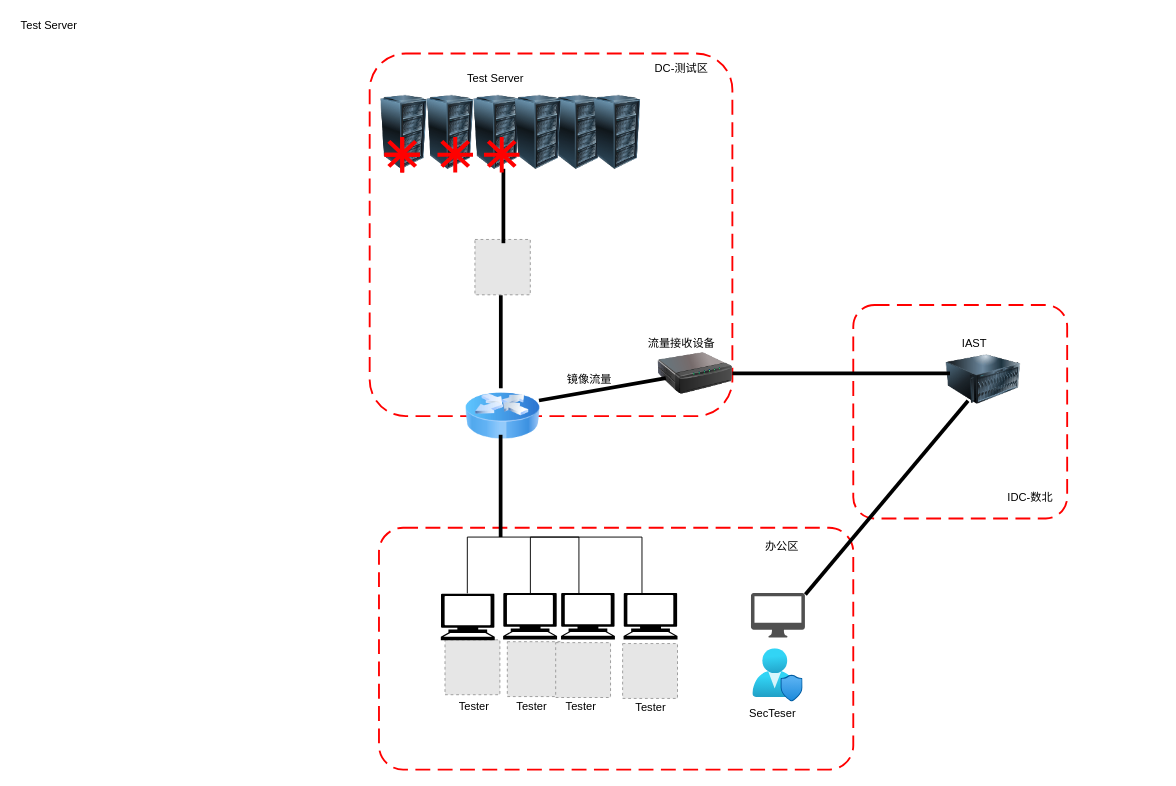
This is iast1.drawio from March110/-, a draw.io file, before an edit. Source tidied: cells renumbered, new cells numbered last; positions are measured from the earlier drawing's top-left corner, leaving out a move shared by most shapes. Both pictures are drawn from the tidied source at 93%, with x=0, y=0 at pixel (16, 16). Pictures stored in the file or linked from it are replaced by grey dashed boxes.
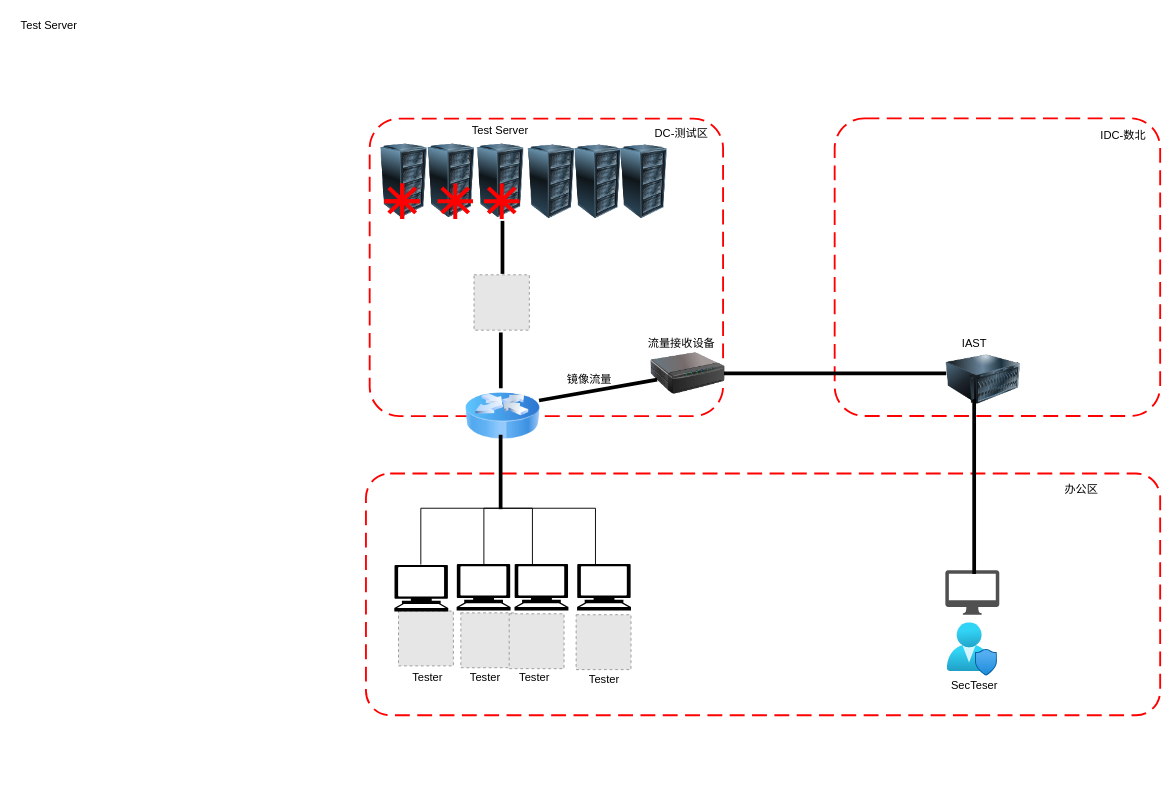
The same diagram, later.

Diff of the diagram source:
```diff
@@
     <mxCell id="3" style="rounded=1;arcSize=10;dashed=1;strokeColor=#ff0000;fillColor=none;gradientColor=none;dashPattern=8 4;strokeWidth=2;" parent="1" vertex="1">
-      <mxGeometry x="900" y="310.5" width="230" height="229.5" as="geometry" />
+      <mxGeometry x="880" y="109.8" width="350" height="320" as="geometry" />
     </mxCell>
     <mxCell id="4" style="rounded=1;arcSize=10;dashed=1;strokeColor=#ff0000;fillColor=none;gradientColor=none;dashPattern=8 4;strokeWidth=2;" parent="1" vertex="1">
-      <mxGeometry x="380" y="40" width="390" height="390" as="geometry" />
+      <mxGeometry x="380" y="110" width="380" height="320" as="geometry" />
     </mxCell>
     <mxCell id="5" style="rounded=1;arcSize=10;dashed=1;strokeColor=#ff0000;fillColor=none;gradientColor=none;dashPattern=8 4;strokeWidth=2;" parent="1" vertex="1">
-      <mxGeometry x="390" y="550" width="510" height="260" as="geometry" />
+      <mxGeometry x="376" y="491.6" width="854" height="260" as="geometry" />
     </mxCell>
     <mxCell id="6" value="DC-测试区" style="text;html=1;align=center;verticalAlign=middle;" parent="1" vertex="1">
-      <mxGeometry x="680" y="46" width="70" height="20" as="geometry" />
+      <mxGeometry x="680" y="116" width="70" height="20" as="geometry" />
     </mxCell>
     <mxCell id="7" value="办公区" style="text;html=1;align=center;verticalAlign=middle;" parent="1" vertex="1">
-      <mxGeometry x="798" y="560" width="50" height="20" as="geometry" />
+      <mxGeometry x="1120" y="499" width="50" height="20" as="geometry" />
     </mxCell>
     <mxCell id="8" style="fillColor=#E6E6E6;strokeColor=#999999;dashed=1;html=1;verticalAlign=top;verticalLabelPosition=bottom;labelBackgroundColor=#ffffff;" parent="1" vertex="1">
-      <mxGeometry x="461" y="670.5" width="59" height="59" as="geometry" />
+      <mxGeometry x="411" y="639.5" width="59" height="59" as="geometry" />
     </mxCell>
     <mxCell id="9" style="image;html=1;image=img/lib/clip_art/networking/Print_Server_128x128.png;" parent="1" vertex="1">
-      <mxGeometry x="690" y="344" width="80" height="80" as="geometry" />
+      <mxGeometry x="682" y="344" width="80" height="80" as="geometry" />
     </mxCell>
     <mxCell id="10" style="image;html=1;image=img/lib/clip_art/computers/Server_Rack_128x128.png;" parent="1" vertex="1">
-      <mxGeometry x="427" y="85" width="80" height="80" as="geometry" />
+      <mxGeometry x="428" y="137" width="80" height="80" as="geometry" />
     </mxCell>
@@
     <mxCell id="12" style="image;html=1;image=img/lib/clip_art/computers/Server_Rack_128x128.png;" parent="1" vertex="1">
-      <mxGeometry x="377" y="85" width="80" height="80" as="geometry" />
+      <mxGeometry x="377" y="137" width="80" height="80" as="geometry" />
     </mxCell>
     <mxCell id="13" style="image;html=1;image=img/lib/clip_art/computers/Server_Rack_128x128.png;" parent="1" vertex="1">
-      <mxGeometry x="477" y="85" width="80" height="80" as="geometry" />
+      <mxGeometry x="481" y="137" width="80" height="80" as="geometry" />
     </mxCell>
     <mxCell id="14" style="image;html=1;image=img/lib/clip_art/computers/Server_Rack_128x128.png;" parent="1" vertex="1">
-      <mxGeometry x="564.8" y="85" width="80" height="80" as="geometry" />
+      <mxGeometry x="585.6" y="138" width="80" height="80" as="geometry" />
     </mxCell>
     <mxCell id="15" style="image;html=1;image=img/lib/clip_art/computers/Server_Rack_128x128.png;" parent="1" vertex="1">
-      <mxGeometry x="521.5" y="85" width="80" height="80" as="geometry" />
+      <mxGeometry x="535.7" y="138" width="80" height="80" as="geometry" />
     </mxCell>
     <mxCell id="16" style="fillColor=#E6E6E6;strokeColor=#999999;dashed=1;html=1;verticalAlign=top;verticalLabelPosition=bottom;labelBackgroundColor=#ffffff;" parent="1" vertex="1">
-      <mxGeometry x="493.2" y="240" width="59.5" height="59.5" as="geometry" />
+      <mxGeometry x="492.2" y="278" width="59.5" height="59.5" as="geometry" />
     </mxCell>
     <mxCell id="17" style="line;strokeWidth=4;direction=south;html=1;perimeter=backbonePerimeter;" parent="1" vertex="1">
-      <mxGeometry x="515.8" y="450" width="10" height="110" as="geometry" />
+      <mxGeometry x="515.8" y="450" width="10" height="80" as="geometry" />
     </mxCell>
     <mxCell id="18" style="line;strokeWidth=4;direction=south;html=1;perimeter=backbonePerimeter;" parent="1" vertex="1">
-      <mxGeometry x="516" y="300" width="10" height="100" as="geometry" />
+      <mxGeometry x="516" y="340" width="10" height="60" as="geometry" />
     </mxCell>
     <mxCell id="19" style="line;strokeWidth=4;direction=south;html=1;perimeter=backbonePerimeter;" parent="1" vertex="1">
-      <mxGeometry x="518.8" y="164" width="10" height="80" as="geometry" />
+      <mxGeometry x="517.8" y="220" width="10" height="57" as="geometry" />
     </mxCell>
     <mxCell id="20" style="line;strokeWidth=4;html=1;perimeter=backbonePerimeter;rotation=-10;" parent="1" vertex="1">
-      <mxGeometry x="561" y="396.1" width="138.5" height="10" as="geometry" />
+      <mxGeometry x="561.1" y="396.9" width="129" height="10" as="geometry" />
     </mxCell>
     <mxCell id="21" style="line;strokeWidth=4;html=1;perimeter=backbonePerimeter;" parent="1" vertex="1">
-      <mxGeometry x="770" y="379" width="234" height="10" as="geometry" />
+      <mxGeometry x="761" y="379" width="239" height="10" as="geometry" />
     </mxCell>
@@
     <mxCell id="23" value="Test Server" style="text;html=1;align=center;verticalAlign=middle;" parent="1" vertex="1">
-      <mxGeometry x="480" y="57" width="70" height="20" as="geometry" />
+      <mxGeometry x="485" y="113" width="70" height="20" as="geometry" />
     </mxCell>
@@
     <mxCell id="27" style="shape=partialRectangle;whiteSpace=wrap;html=1;bottom=1;right=1;left=1;top=0;fillColor=none;routingCenterX=-0.5;rotation=-180;" parent="1" vertex="1">
-      <mxGeometry x="485" y="560" width="120" height="60" as="geometry" />
+      <mxGeometry x="435" y="529" width="120" height="60" as="geometry" />
     </mxCell>
     <mxCell id="28" style="shape=partialRectangle;whiteSpace=wrap;html=1;bottom=1;right=1;left=1;top=0;fillColor=none;routingCenterX=-0.5;rotation=-180;" parent="1" vertex="1">
-      <mxGeometry x="552.8" y="560" width="120" height="60" as="geometry" />
+      <mxGeometry x="502.8" y="529" width="120" height="60" as="geometry" />
     </mxCell>
     <mxCell id="29" style="fillColor=#E6E6E6;strokeColor=#999999;dashed=1;html=1;verticalAlign=top;verticalLabelPosition=bottom;labelBackgroundColor=#ffffff;" parent="1" vertex="1">
-      <mxGeometry x="528" y="672.5" width="59" height="59" as="geometry" />
+      <mxGeometry x="478" y="641.5" width="59" height="59" as="geometry" />
     </mxCell>
     <mxCell id="30" style="fillColor=#E6E6E6;strokeColor=#999999;dashed=1;html=1;verticalAlign=top;verticalLabelPosition=bottom;labelBackgroundColor=#ffffff;" parent="1" vertex="1">
-      <mxGeometry x="580" y="673.5" width="59" height="59" as="geometry" />
+      <mxGeometry x="530" y="642.5" width="59" height="59" as="geometry" />
     </mxCell>
     <mxCell id="31" style="fillColor=#E6E6E6;strokeColor=#999999;dashed=1;html=1;verticalAlign=top;verticalLabelPosition=bottom;labelBackgroundColor=#ffffff;" parent="1" vertex="1">
-      <mxGeometry x="652" y="674.5" width="59" height="59" as="geometry" />
+      <mxGeometry x="602" y="643.5" width="59" height="59" as="geometry" />
     </mxCell>
     <mxCell id="32" style="shape=mxgraph.signs.tech.computer;html=1;fillColor=#000000;strokeColor=none;verticalLabelPosition=bottom;verticalAlign=top;align=center;" parent="1" vertex="1">
-      <mxGeometry x="456.5" y="621" width="58" height="50" as="geometry" />
+      <mxGeometry x="406.5" y="590" width="58" height="50" as="geometry" />
     </mxCell>
     <mxCell id="33" style="shape=mxgraph.signs.tech.computer;html=1;fillColor=#000000;strokeColor=none;verticalLabelPosition=bottom;verticalAlign=top;align=center;" parent="1" vertex="1">
-      <mxGeometry x="523.5" y="620" width="58" height="50" as="geometry" />
+      <mxGeometry x="473.5" y="589" width="58" height="50" as="geometry" />
     </mxCell>
     <mxCell id="34" style="shape=mxgraph.signs.tech.computer;html=1;fillColor=#000000;strokeColor=none;verticalLabelPosition=bottom;verticalAlign=top;align=center;" parent="1" vertex="1">
-      <mxGeometry x="585.7" y="620" width="58" height="50" as="geometry" />
+      <mxGeometry x="535.7" y="589" width="58" height="50" as="geometry" />
     </mxCell>
     <mxCell id="35" style="shape=mxgraph.signs.tech.computer;html=1;fillColor=#000000;strokeColor=none;verticalLabelPosition=bottom;verticalAlign=top;align=center;" parent="1" vertex="1">
-      <mxGeometry x="653" y="620" width="58" height="50" as="geometry" />
+      <mxGeometry x="603" y="589" width="58" height="50" as="geometry" />
     </mxCell>
     <mxCell id="36" style="shadow=0;dashed=0;html=1;strokeColor=none;fillColor=#505050;labelPosition=center;verticalLabelPosition=bottom;verticalAlign=top;align=center;shape=mxgraph.office.devices.mac_client;" parent="1" vertex="1">
-      <mxGeometry x="790" y="620" width="58" height="48" as="geometry" />
+      <mxGeometry x="999" y="595.6" width="58" height="48" as="geometry" />
     </mxCell>
     <mxCell id="37" style="html=1;align=center;image;fontSize=12;image=img/lib/azure2/management_governance/User_Privacy.svg;" parent="1" vertex="1">
-      <mxGeometry x="792" y="680" width="54" height="57.4" as="geometry" />
+      <mxGeometry x="1001" y="652.1" width="54" height="57.4" as="geometry" />
     </mxCell>
-    <mxCell id="38" style="line;strokeWidth=4;html=1;perimeter=backbonePerimeter;rotation=-50;" parent="1" vertex="1">
-      <mxGeometry x="799.9" y="512.6" width="272.1" height="10" as="geometry" />
+    <mxCell id="38" style="line;strokeWidth=4;html=1;perimeter=backbonePerimeter;rotation=-90;" parent="1" vertex="1">
+      <mxGeometry x="936.1" y="500.8" width="187.8" height="10" as="geometry" />
     </mxCell>
     <mxCell id="39" style="shape=mxgraph.mockup.markup.redX;fillColor=#ff0000;html=1;shadow=0;strokeColor=none;rotation=-225;direction=south;" parent="1" vertex="1">
-      <mxGeometry x="457" y="134" width="30" height="30" as="geometry" />
+      <mxGeometry x="457" y="184" width="30" height="30" as="geometry" />
     </mxCell>
     <mxCell id="40" style="shape=mxgraph.mockup.markup.redX;fillColor=#ff0000;html=1;shadow=0;strokeColor=none;rotation=90;" parent="1" vertex="1">
-      <mxGeometry x="457" y="132" width="30" height="32" as="geometry" />
+      <mxGeometry x="457" y="182" width="30" height="32" as="geometry" />
     </mxCell>
     <mxCell id="41" style="shape=mxgraph.mockup.markup.redX;fillColor=#ff0000;html=1;shadow=0;strokeColor=none;rotation=-225;direction=south;" parent="1" vertex="1">
-      <mxGeometry x="400" y="134" width="30" height="30" as="geometry" />
+      <mxGeometry x="400" y="184" width="30" height="30" as="geometry" />
     </mxCell>
     <mxCell id="42" style="shape=mxgraph.mockup.markup.redX;fillColor=#ff0000;html=1;shadow=0;strokeColor=none;rotation=90;" parent="1" vertex="1">
-      <mxGeometry x="400" y="132" width="30" height="32" as="geometry" />
+      <mxGeometry x="400" y="182" width="30" height="32" as="geometry" />
     </mxCell>
     <mxCell id="43" style="shape=mxgraph.mockup.markup.redX;fillColor=#ff0000;html=1;shadow=0;strokeColor=none;rotation=-225;direction=south;" parent="1" vertex="1">
-      <mxGeometry x="400" y="134" width="30" height="30" as="geometry" />
+      <mxGeometry x="400" y="184" width="30" height="30" as="geometry" />
     </mxCell>
     <mxCell id="44" style="shape=mxgraph.mockup.markup.redX;fillColor=#ff0000;html=1;shadow=0;strokeColor=none;rotation=-225;direction=south;" parent="1" vertex="1">
-      <mxGeometry x="507" y="134" width="30" height="30" as="geometry" />
+      <mxGeometry x="507" y="184" width="30" height="30" as="geometry" />
     </mxCell>
     <mxCell id="45" style="shape=mxgraph.mockup.markup.redX;fillColor=#ff0000;html=1;shadow=0;strokeColor=none;rotation=90;" parent="1" vertex="1">
-      <mxGeometry x="507" y="132" width="30" height="32" as="geometry" />
+      <mxGeometry x="507" y="182" width="30" height="32" as="geometry" />
     </mxCell>
     <mxCell id="46" style="image;html=1;image=img/lib/clip_art/computers/Server_Rack_128x128.png;" parent="1" vertex="1">
-      <mxGeometry x="601.5" y="85" width="90" height="80" as="geometry" />
+      <mxGeometry x="630" y="138" width="90" height="80" as="geometry" />
     </mxCell>
     <mxCell id="47" value="IDC-数北" style="text;html=1;align=center;verticalAlign=middle;" parent="1" vertex="1">
-      <mxGeometry x="1060" y="507.9" width="60" height="20" as="geometry" />
+      <mxGeometry x="1160" y="118" width="60" height="20" as="geometry" />
     </mxCell>
     <mxCell id="48" value="Tester" style="text;html=1;align=center;verticalAlign=middle;" parent="1" vertex="1">
-      <mxGeometry x="466.8" y="731.5" width="50" height="20" as="geometry" />
+      <mxGeometry x="416.8" y="700.5" width="50" height="20" as="geometry" />
     </mxCell>
     <mxCell id="49" value="Tester" style="text;html=1;align=center;verticalAlign=middle;" parent="1" vertex="1">
-      <mxGeometry x="528.8" y="731.5" width="50" height="20" as="geometry" />
+      <mxGeometry x="478.8" y="700.5" width="50" height="20" as="geometry" />
     </mxCell>
     <mxCell id="50" value="Tester" style="text;html=1;align=center;verticalAlign=middle;" parent="1" vertex="1">
-      <mxGeometry x="581.5" y="731.5" width="50" height="20" as="geometry" />
+      <mxGeometry x="531.5" y="700.5" width="50" height="20" as="geometry" />
     </mxCell>
     <mxCell id="51" value="Tester" style="text;html=1;align=center;verticalAlign=middle;" parent="1" vertex="1">
-      <mxGeometry x="656.5" y="733.5" width="50" height="20" as="geometry" />
+      <mxGeometry x="606.5" y="702.5" width="50" height="20" as="geometry" />
     </mxCell>
     <mxCell id="52" value="SecTeser" style="text;html=1;align=center;verticalAlign=middle;" parent="1" vertex="1">
-      <mxGeometry x="778" y="740" width="70" height="20" as="geometry" />
+      <mxGeometry x="995" y="709.5" width="70" height="20" as="geometry" />
     </mxCell>
```
